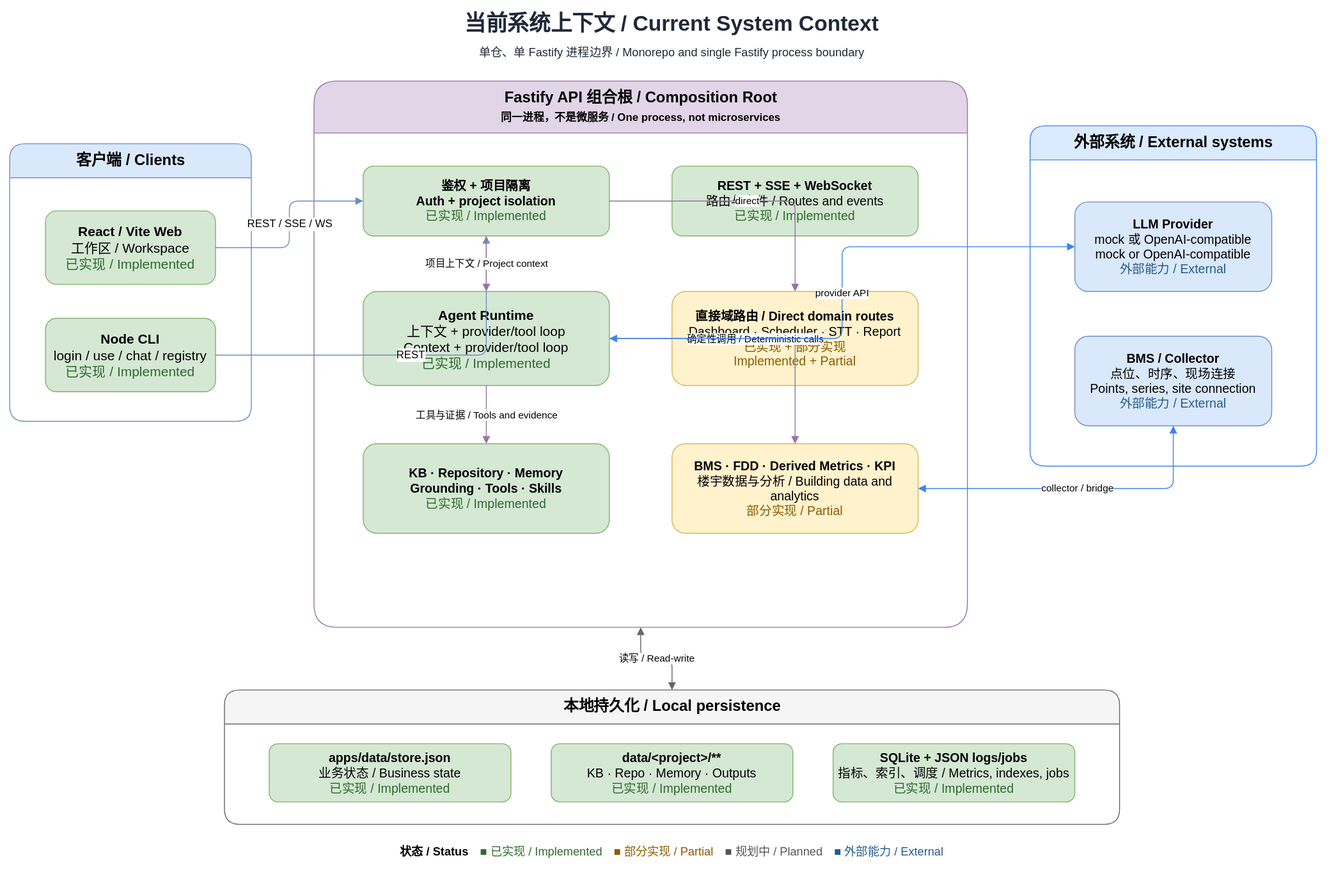
Before: docs/assets/diagrams/current-system-context.drawio.svg, a diagram exported from draw.io (LiMingchen159/BuildingAgent). Source tidied: cells renumbered, new cells last; positions are measured from the earlier drawing's top-left corner, leaving out a move shared by most shapes. Its diagram source:
```xml
<mxGraphModel>
  <root>
    <mxCell id="0" />
    <mxCell id="1" parent="0" />
    <mxCell id="2" value="&lt;b&gt;当前系统上下文 / Current System Context&lt;/b&gt;&lt;br&gt;&lt;font style=&quot;font-size:13px&quot;&gt;单仓、单 Fastify 进程边界 / Monorepo and single Fastify process boundary&lt;/font&gt;" style="text;html=1;align=center;verticalAlign=middle;whiteSpace=wrap;fontSize=24;fontColor=#1f2937;" parent="1" vertex="1">
      <mxGeometry x="190" width="1100" height="60" as="geometry" />
    </mxCell>
    <mxCell id="3" value="&lt;b&gt;客户端 / Clients&lt;/b&gt;" style="swimlane;html=1;rounded=1;startSize=38;horizontal=1;fillColor=#dae8fc;strokeColor=#6c8ebf;fontSize=17;fontStyle=1;" parent="1" vertex="1">
      <mxGeometry y="150" width="270" height="310" as="geometry" />
    </mxCell>
    <mxCell id="4" value="&lt;b&gt;React / Vite Web&lt;/b&gt;&lt;br&gt;工作区 / Workspace&lt;br&gt;&lt;font color=&quot;#2d6a2d&quot;&gt;已实现 / Implemented&lt;/font&gt;" style="rounded=1;whiteSpace=wrap;html=1;fillColor=#d5e8d4;strokeColor=#82b366;fontSize=15;" parent="1" vertex="1">
      <mxGeometry x="40" y="225" width="190" height="82" as="geometry" />
    </mxCell>
    <mxCell id="5" value="&lt;b&gt;Node CLI&lt;/b&gt;&lt;br&gt;login / use / chat / registry&lt;br&gt;&lt;font color=&quot;#2d6a2d&quot;&gt;已实现 / Implemented&lt;/font&gt;" style="rounded=1;whiteSpace=wrap;html=1;fillColor=#d5e8d4;strokeColor=#82b366;fontSize=15;" parent="1" vertex="1">
      <mxGeometry x="40" y="345" width="190" height="82" as="geometry" />
    </mxCell>
    <mxCell id="6" value="&lt;b&gt;Fastify API 组合根 / Composition Root&lt;/b&gt;&lt;br&gt;&lt;font style=&quot;font-size:12px&quot;&gt;同一进程，不是微服务 / One process, not microservices&lt;/font&gt;" style="swimlane;html=1;rounded=1;startSize=58;horizontal=1;fillColor=#e1d5e7;strokeColor=#9673a6;fontSize=17;fontStyle=1;" parent="1" vertex="1">
      <mxGeometry x="340" y="80" width="730" height="610" as="geometry" />
    </mxCell>
    <mxCell id="7" value="&lt;b&gt;鉴权 + 项目隔离&lt;br&gt;Auth + project isolation&lt;/b&gt;&lt;br&gt;&lt;font color=&quot;#2d6a2d&quot;&gt;已实现 / Implemented&lt;/font&gt;" style="rounded=1;whiteSpace=wrap;html=1;fillColor=#d5e8d4;strokeColor=#82b366;fontSize=14;" parent="1" vertex="1">
      <mxGeometry x="395" y="175" width="275" height="78" as="geometry" />
    </mxCell>
    <mxCell id="8" value="&lt;b&gt;REST + SSE + WebSocket&lt;/b&gt;&lt;br&gt;路由与事件 / Routes and events&lt;br&gt;&lt;font color=&quot;#2d6a2d&quot;&gt;已实现 / Implemented&lt;/font&gt;" style="rounded=1;whiteSpace=wrap;html=1;fillColor=#d5e8d4;strokeColor=#82b366;fontSize=14;" parent="1" vertex="1">
      <mxGeometry x="740" y="175" width="275" height="78" as="geometry" />
    </mxCell>
    <mxCell id="9" value="&lt;b&gt;Agent Runtime&lt;/b&gt;&lt;br&gt;上下文 + provider/tool loop&lt;br&gt;Context + provider/tool loop&lt;br&gt;&lt;font color=&quot;#2d6a2d&quot;&gt;已实现 / Implemented&lt;/font&gt;" style="rounded=1;whiteSpace=wrap;html=1;fillColor=#d5e8d4;strokeColor=#82b366;fontSize=15;" parent="1" vertex="1">
      <mxGeometry x="395" y="315" width="275" height="105" as="geometry" />
    </mxCell>
    <mxCell id="10" value="&lt;b&gt;直接域路由 / Direct domain routes&lt;/b&gt;&lt;br&gt;Dashboard · Scheduler · STT · Report&lt;br&gt;&lt;font color=&quot;#8a5a00&quot;&gt;已实现 + 部分实现&lt;br&gt;Implemented + Partial&lt;/font&gt;" style="rounded=1;whiteSpace=wrap;html=1;fillColor=#fff2cc;strokeColor=#d6b656;fontSize=14;" parent="1" vertex="1">
      <mxGeometry x="740" y="315" width="275" height="105" as="geometry" />
    </mxCell>
    <mxCell id="11" value="&lt;b&gt;KB · Repository · Memory&lt;br&gt;Grounding · Tools · Skills&lt;/b&gt;&lt;br&gt;&lt;font color=&quot;#2d6a2d&quot;&gt;已实现 / Implemented&lt;/font&gt;" style="rounded=1;whiteSpace=wrap;html=1;fillColor=#d5e8d4;strokeColor=#82b366;fontSize=14;" parent="1" vertex="1">
      <mxGeometry x="395" y="485" width="275" height="100" as="geometry" />
    </mxCell>
    <mxCell id="12" value="&lt;b&gt;BMS · FDD · Derived Metrics · KPI&lt;/b&gt;&lt;br&gt;楼宇数据与分析 / Building data and analytics&lt;br&gt;&lt;font color=&quot;#8a5a00&quot;&gt;部分实现 / Partial&lt;/font&gt;" style="rounded=1;whiteSpace=wrap;html=1;fillColor=#fff2cc;strokeColor=#d6b656;fontSize=14;" parent="1" vertex="1">
      <mxGeometry x="740" y="485" width="275" height="100" as="geometry" />
    </mxCell>
    <mxCell id="13" value="&lt;b&gt;外部系统 / External systems&lt;/b&gt;" style="swimlane;html=1;rounded=1;startSize=38;horizontal=1;fillColor=#dbeafe;strokeColor=#3b82f6;fontSize=17;fontStyle=1;" parent="1" vertex="1">
      <mxGeometry x="1140" y="130" width="320" height="380" as="geometry" />
    </mxCell>
    <mxCell id="14" value="&lt;b&gt;LLM Provider&lt;/b&gt;&lt;br&gt;mock 或 OpenAI-compatible&lt;br&gt;mock or OpenAI-compatible&lt;br&gt;&lt;font color=&quot;#245b8a&quot;&gt;外部能力 / External&lt;/font&gt;" style="rounded=1;whiteSpace=wrap;html=1;fillColor=#dae8fc;strokeColor=#6c8ebf;fontSize=14;" parent="1" vertex="1">
      <mxGeometry x="1190" y="215" width="220" height="100" as="geometry" />
    </mxCell>
    <mxCell id="15" value="&lt;b&gt;BMS / Collector&lt;/b&gt;&lt;br&gt;点位、时序、现场连接&lt;br&gt;Points, series, site connection&lt;br&gt;&lt;font color=&quot;#245b8a&quot;&gt;外部能力 / External&lt;/font&gt;" style="rounded=1;whiteSpace=wrap;html=1;fillColor=#dae8fc;strokeColor=#6c8ebf;fontSize=14;" parent="1" vertex="1">
      <mxGeometry x="1190" y="365" width="220" height="100" as="geometry" />
    </mxCell>
    <mxCell id="16" value="&lt;b&gt;本地持久化 / Local persistence&lt;/b&gt;" style="swimlane;html=1;rounded=1;startSize=38;horizontal=1;fillColor=#f5f5f5;strokeColor=#666666;fontSize=17;fontStyle=1;" parent="1" vertex="1">
      <mxGeometry x="240" y="760" width="1000" height="150" as="geometry" />
    </mxCell>
    <mxCell id="17" value="&lt;b&gt;apps/data/store.json&lt;/b&gt;&lt;br&gt;业务状态 / Business state&lt;br&gt;&lt;font color=&quot;#2d6a2d&quot;&gt;已实现 / Implemented&lt;/font&gt;" style="rounded=1;whiteSpace=wrap;html=1;fillColor=#d5e8d4;strokeColor=#82b366;fontSize=14;" parent="1" vertex="1">
      <mxGeometry x="290" y="820" width="270" height="65" as="geometry" />
    </mxCell>
    <mxCell id="18" value="&lt;b&gt;data/&amp;lt;project&amp;gt;/**&lt;/b&gt;&lt;br&gt;KB · Repo · Memory · Outputs&lt;br&gt;&lt;font color=&quot;#2d6a2d&quot;&gt;已实现 / Implemented&lt;/font&gt;" style="rounded=1;whiteSpace=wrap;html=1;fillColor=#d5e8d4;strokeColor=#82b366;fontSize=14;" parent="1" vertex="1">
      <mxGeometry x="605" y="820" width="270" height="65" as="geometry" />
    </mxCell>
    <mxCell id="19" value="&lt;b&gt;SQLite + JSON logs/jobs&lt;/b&gt;&lt;br&gt;指标、索引、调度 / Metrics, indexes, jobs&lt;br&gt;&lt;font color=&quot;#2d6a2d&quot;&gt;已实现 / Implemented&lt;/font&gt;" style="rounded=1;whiteSpace=wrap;html=1;fillColor=#d5e8d4;strokeColor=#82b366;fontSize=14;" parent="1" vertex="1">
      <mxGeometry x="920" y="820" width="270" height="65" as="geometry" />
    </mxCell>
    <mxCell id="20" value="REST / SSE / WS" style="edgeStyle=orthogonalEdgeStyle;rounded=1;jettySize=auto;html=1;endArrow=block;strokeColor=#6c8ebf;fontSize=12;" parent="1" edge="1" source="4" target="7">
      <mxGeometry relative="1" as="geometry" />
    </mxCell>
    <mxCell id="21" value="REST" style="edgeStyle=orthogonalEdgeStyle;rounded=1;jettySize=auto;html=1;endArrow=block;strokeColor=#6c8ebf;fontSize=12;" parent="1" edge="1" source="5" target="7">
      <mxGeometry relative="1" as="geometry" />
    </mxCell>
    <mxCell id="22" value="项目上下文 / Project context" style="edgeStyle=orthogonalEdgeStyle;rounded=1;jettySize=auto;html=1;endArrow=block;strokeColor=#9673a6;fontSize=11;" parent="1" edge="1" source="7" target="9">
      <mxGeometry relative="1" as="geometry" />
    </mxCell>
    <mxCell id="23" value="direct" style="edgeStyle=orthogonalEdgeStyle;rounded=1;jettySize=auto;html=1;endArrow=block;strokeColor=#9673a6;fontSize=11;" parent="1" edge="1" source="7" target="10">
      <mxGeometry relative="1" as="geometry" />
    </mxCell>
    <mxCell id="24" value="工具与证据 / Tools and evidence" style="edgeStyle=orthogonalEdgeStyle;rounded=1;jettySize=auto;html=1;endArrow=block;strokeColor=#9673a6;fontSize=11;" parent="1" edge="1" source="9" target="11">
      <mxGeometry relative="1" as="geometry" />
    </mxCell>
    <mxCell id="25" value="确定性调用 / Deterministic calls" style="edgeStyle=orthogonalEdgeStyle;rounded=1;jettySize=auto;html=1;endArrow=block;strokeColor=#9673a6;fontSize=11;" parent="1" edge="1" source="9" target="12">
      <mxGeometry relative="1" as="geometry" />
    </mxCell>
    <mxCell id="26" value="provider API" style="edgeStyle=orthogonalEdgeStyle;rounded=1;jettySize=auto;html=1;endArrow=block;startArrow=block;strokeColor=#3b82f6;fontSize=11;" parent="1" edge="1" source="9" target="14">
      <mxGeometry relative="1" as="geometry" />
    </mxCell>
    <mxCell id="27" value="collector / bridge" style="edgeStyle=orthogonalEdgeStyle;rounded=1;jettySize=auto;html=1;endArrow=block;startArrow=block;strokeColor=#3b82f6;fontSize=11;" parent="1" edge="1" source="12" target="15">
      <mxGeometry relative="1" as="geometry" />
    </mxCell>
    <mxCell id="28" value="读写 / Read-write" style="edgeStyle=orthogonalEdgeStyle;rounded=1;jettySize=auto;html=1;endArrow=block;startArrow=block;strokeColor=#666666;fontSize=11;" parent="1" edge="1" source="6" target="16">
      <mxGeometry relative="1" as="geometry" />
    </mxCell>
    <mxCell id="29" value="&lt;b&gt;状态 / Status&lt;/b&gt;　&lt;font color=&quot;#2d6a2d&quot;&gt;■ 已实现 / Implemented&lt;/font&gt;　&lt;font color=&quot;#8a5a00&quot;&gt;■ 部分实现 / Partial&lt;/font&gt;　&lt;font color=&quot;#555555&quot;&gt;■ 规划中 / Planned&lt;/font&gt;　&lt;font color=&quot;#245b8a&quot;&gt;■ 外部能力 / External&lt;/font&gt;" style="text;html=1;align=center;verticalAlign=middle;whiteSpace=wrap;fontSize=13;" parent="1" vertex="1">
      <mxGeometry x="370" y="925" width="740" height="30" as="geometry" />
    </mxCell>
  </root>
</mxGraphModel>
```
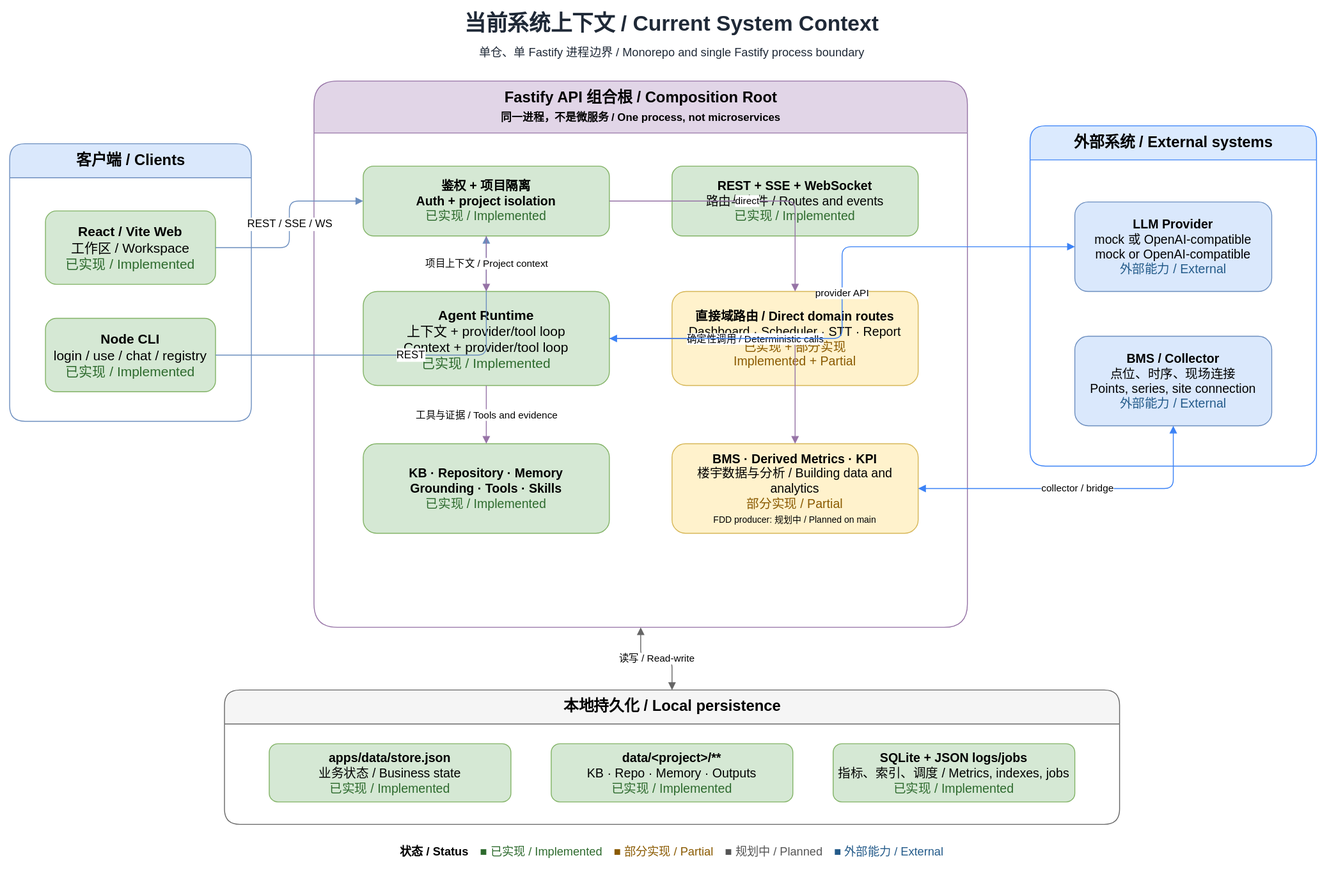
After the commit.

What changed in the source:
```diff
@@ -32,7 +32,7 @@
     <mxCell id="11" value="&lt;b&gt;KB · Repository · Memory&lt;br&gt;Grounding · Tools · Skills&lt;/b&gt;&lt;br&gt;&lt;font color=&quot;#2d6a2d&quot;&gt;已实现 / Implemented&lt;/font&gt;" style="rounded=1;whiteSpace=wrap;html=1;fillColor=#d5e8d4;strokeColor=#82b366;fontSize=14;" parent="1" vertex="1">
       <mxGeometry x="395" y="485" width="275" height="100" as="geometry" />
     </mxCell>
-    <mxCell id="12" value="&lt;b&gt;BMS · FDD · Derived Metrics · KPI&lt;/b&gt;&lt;br&gt;楼宇数据与分析 / Building data and analytics&lt;br&gt;&lt;font color=&quot;#8a5a00&quot;&gt;部分实现 / Partial&lt;/font&gt;" style="rounded=1;whiteSpace=wrap;html=1;fillColor=#fff2cc;strokeColor=#d6b656;fontSize=14;" parent="1" vertex="1">
+    <mxCell id="12" value="&lt;b&gt;BMS · Derived Metrics · KPI&lt;/b&gt;&lt;br&gt;楼宇数据与分析 / Building data and analytics&lt;br&gt;&lt;font color=&quot;#8a5a00&quot;&gt;部分实现 / Partial&lt;/font&gt;&lt;br&gt;&lt;font style=&quot;font-size:10px&quot;&gt;FDD producer: 规划中 / Planned on main&lt;/font&gt;" style="rounded=1;whiteSpace=wrap;html=1;fillColor=#fff2cc;strokeColor=#d6b656;fontSize=14;" parent="1" vertex="1">
       <mxGeometry x="740" y="485" width="275" height="100" as="geometry" />
     </mxCell>
     <mxCell id="13" value="&lt;b&gt;外部系统 / External systems&lt;/b&gt;" style="swimlane;html=1;rounded=1;startSize=38;horizontal=1;fillColor=#dbeafe;strokeColor=#3b82f6;fontSize=17;fontStyle=1;" parent="1" vertex="1">
```
